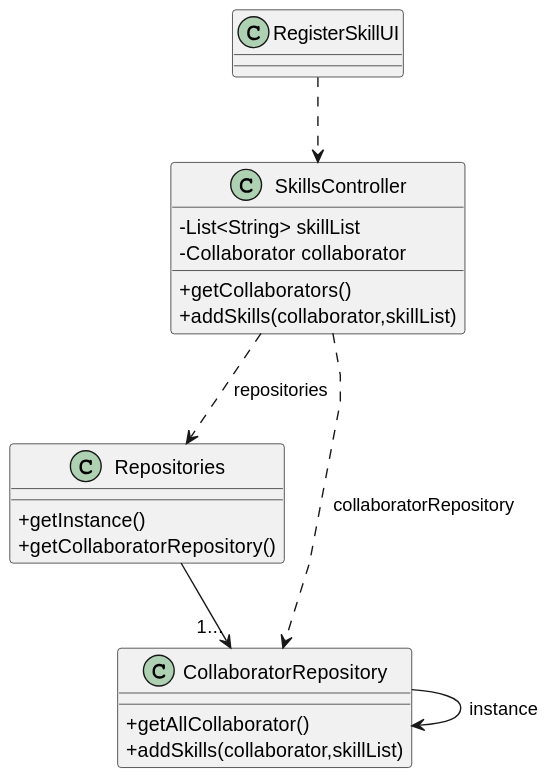
This is docs/sprintC/us001/03.design/svg/us001-class-diagram.svg from RicardoMorim/lapr2-ISEP-Project, a PlantUML export, as it was before one commit. The source it was exported from:
```plantuml
@startuml
skinparam packageStyle rectangle
skinparam shadowing false
skinparam linetype polyline

skinparam classAttributeIconSize 0




class RegisterSkillUI
{
}

class SkillsController
{
    - List<String> skillList
    - Collaborator collaborator

    + getCollaborators()
    +addSkills(collaborator,skillList)
}

class Repositories {
    + getInstance()
    + getCollaboratorRepository()
}

class CollaboratorRepository {
    + getAllCollaborator()
    + addSkills(collaborator,skillList)
}

RegisterSkillUI ..> SkillsController
SkillsController ..> Repositories: repositories
SkillsController ..> CollaboratorRepository: collaboratorRepository
Repositories  --> "1..." CollaboratorRepository
CollaboratorRepository --> CollaboratorRepository: instance
@enduml
```
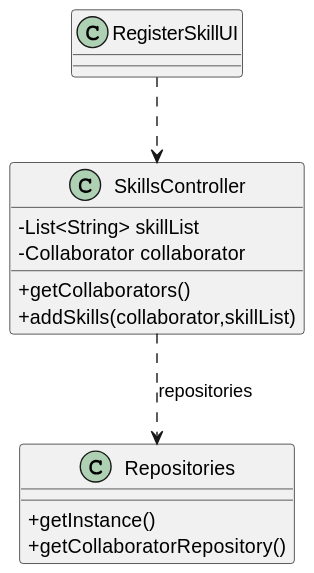
The same diagram one commit later.

Diff of the diagram source:
```diff
@@ -26,14 +26,7 @@
     + getCollaboratorRepository()
 }
 
-class CollaboratorRepository {
-    + getAllCollaborator()
-    + addSkills(collaborator,skillList)
-}
 
 RegisterSkillUI ..> SkillsController
 SkillsController ..> Repositories: repositories
-SkillsController ..> CollaboratorRepository: collaboratorRepository
-Repositories  --> "1..." CollaboratorRepository
-CollaboratorRepository --> CollaboratorRepository: instance
 @enduml
```
